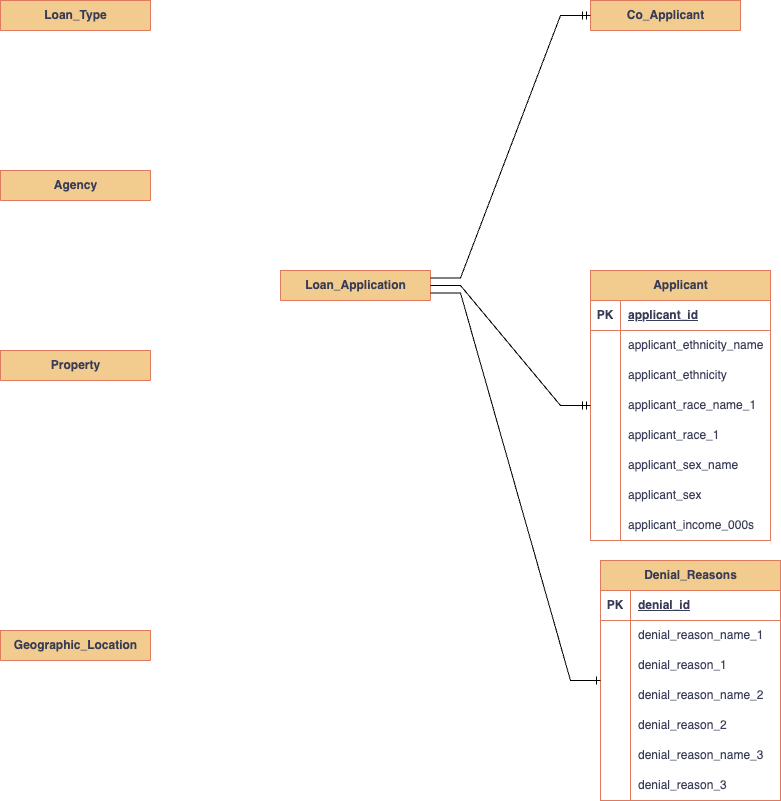
Earlier version of the draw.io export Untitled Diagram.drawio.png (nivasharmaa/CS336-Project0-group43). Source tidied: cells renumbered, new cells last; positions are measured from the earlier drawing's top-left corner, leaving out a move shared by most shapes.
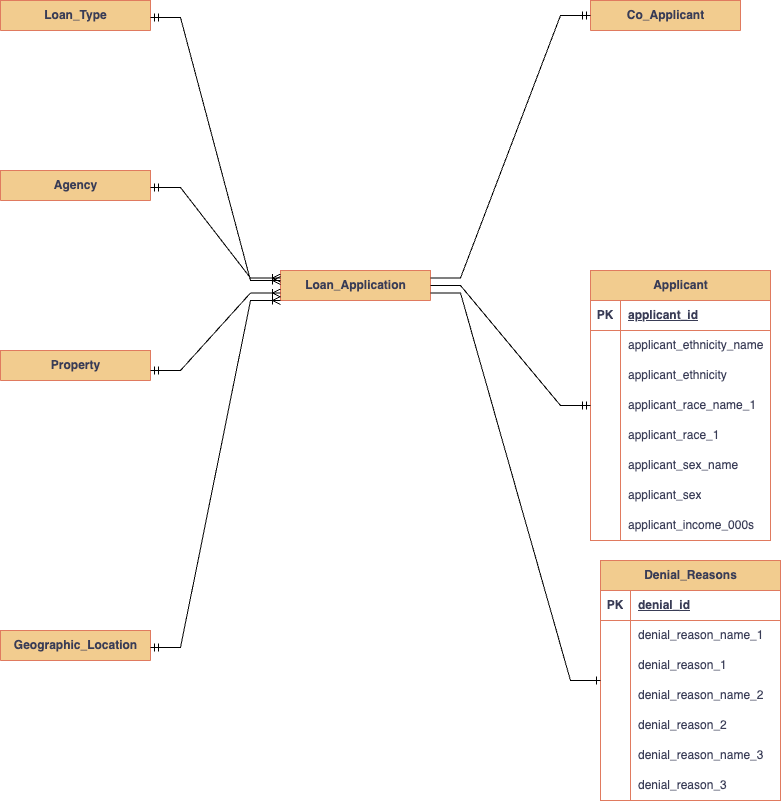
After the change.

Diff of the diagram source:
```diff
@@ -170,5 +170,39 @@
     <mxCell id="57" style="edgeStyle=entityRelationEdgeStyle;fontSize=12;html=1;endArrow=ERone;endFill=1;rounded=0;exitX=1;exitY=0.75;exitDx=0;exitDy=0;entryX=0;entryY=0.5;entryDx=0;entryDy=0;" parent="1" edge="1" source="2" target="33">
       <mxGeometry relative="1" as="geometry" />
     </mxCell>
+    <mxCell id="58" style="edgeStyle=entityRelationEdgeStyle;fontSize=12;html=1;endArrow=ERoneToMany;startArrow=ERmandOne;rounded=0;entryX=0;entryY=0.75;entryDx=0;entryDy=0;" parent="1" edge="1" target="2">
+      <mxGeometry relative="1" as="geometry">
+        <mxPoint x="150" y="370" as="sourcePoint" />
+        <Array as="points">
+          <mxPoint x="30" y="230" />
+        </Array>
+      </mxGeometry>
+    </mxCell>
+    <mxCell id="59" style="edgeStyle=entityRelationEdgeStyle;fontSize=12;html=1;endArrow=ERoneToMany;startArrow=ERmandOne;rounded=0;entryX=0;entryY=0.25;entryDx=0;entryDy=0;" parent="1" edge="1" target="2">
+      <mxGeometry relative="1" as="geometry">
+        <mxPoint x="150" y="187" as="sourcePoint" />
+        <Array as="points">
+          <mxPoint x="30" y="47" />
+        </Array>
+      </mxGeometry>
+    </mxCell>
+    <mxCell id="60" style="edgeStyle=entityRelationEdgeStyle;fontSize=12;html=1;endArrow=ERoneToMany;startArrow=ERmandOne;rounded=0;entryX=0;entryY=1;entryDx=0;entryDy=0;" parent="1" edge="1" target="2">
+      <mxGeometry relative="1" as="geometry">
+        <mxPoint x="150" y="647" as="sourcePoint" />
+        <Array as="points">
+          <mxPoint x="30" y="507" />
+          <mxPoint x="310" y="310" />
+        </Array>
+      </mxGeometry>
+    </mxCell>
+    <mxCell id="61" style="edgeStyle=entityRelationEdgeStyle;fontSize=12;html=1;endArrow=ERoneToMany;startArrow=ERmandOne;rounded=0;" parent="1" edge="1">
+      <mxGeometry relative="1" as="geometry">
+        <mxPoint x="150" y="17" as="sourcePoint" />
+        <mxPoint x="280" y="280" as="targetPoint" />
+        <Array as="points">
+          <mxPoint x="30" y="-123" />
+        </Array>
+      </mxGeometry>
+    </mxCell>
   </root>
 </mxGraphModel>
```
